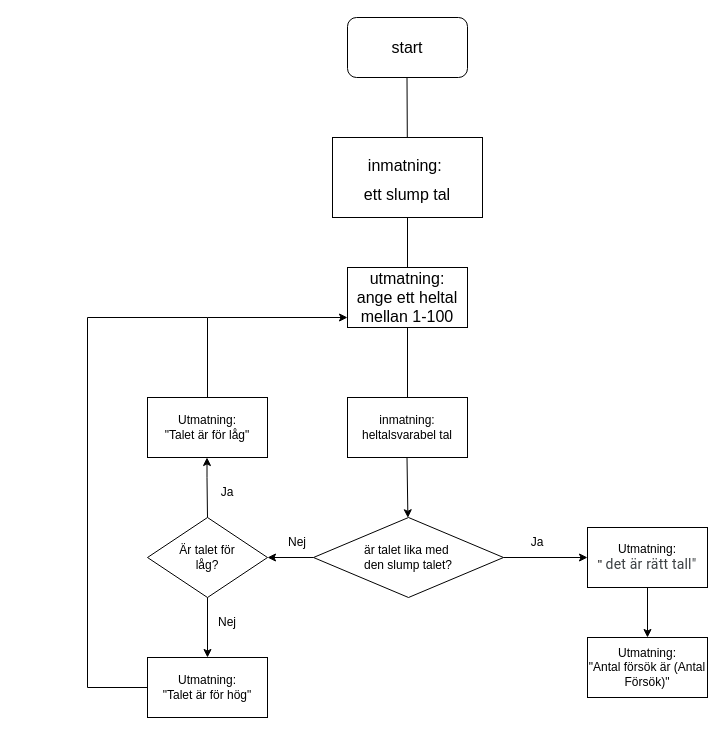
This is Untitled Diagram.drawio from BaoLanNguyen/gissa-spel, a draw.io file, before an edit. Source tidied: cells renumbered, new cells numbered last; positions are measured from the earlier drawing's top-left corner, leaving out a move shared by most shapes. Both pictures are drawn from the tidied source at 100%, with x=0, y=0 at pixel (87, 17).
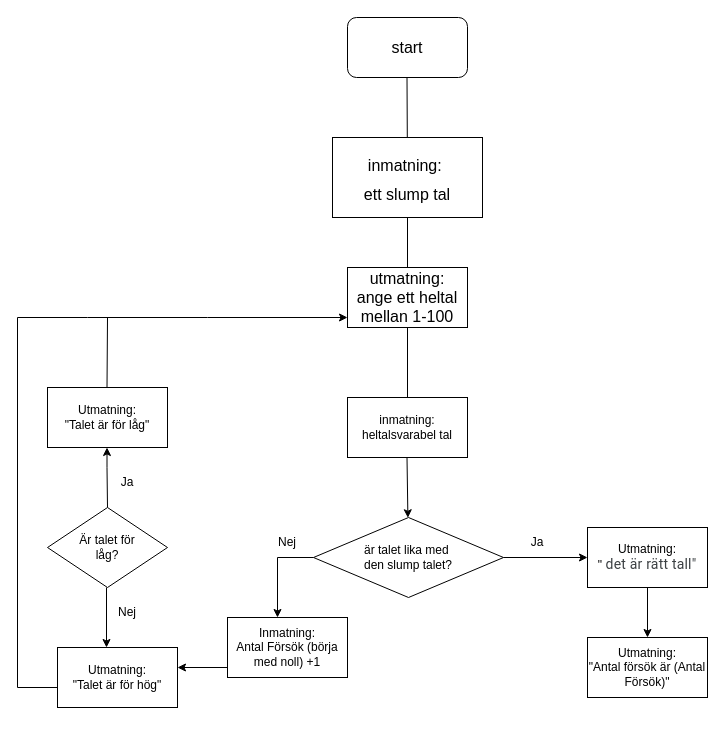
After the change.

Diff of the diagram source:
```diff
@@
-    <mxCell id="12" style="endArrow=classic;html=1;rounded=0;" parent="1" edge="1">
-      <mxGeometry relative="1" as="geometry">
-        <mxPoint x="226" y="540" as="sourcePoint" />
-        <mxPoint x="180" y="540" as="targetPoint" />
-      </mxGeometry>
-    </mxCell>
     <mxCell id="13" value="Nej" style="text;html=1;strokeColor=none;fillColor=none;align=center;verticalAlign=middle;whiteSpace=wrap;rounded=0;" parent="1" vertex="1">
-      <mxGeometry x="180" y="510" width="60" height="30" as="geometry" />
+      <mxGeometry x="170" y="510" width="60" height="30" as="geometry" />
     </mxCell>
     <mxCell id="14" value="Är talet för&lt;br&gt;låg?" style="rhombus;whiteSpace=wrap;html=1;" parent="1" vertex="1">
-      <mxGeometry x="60" y="500" width="120" height="80" as="geometry" />
+      <mxGeometry x="-40" y="490" width="120" height="80" as="geometry" />
     </mxCell>
     <mxCell id="15" style="endArrow=classic;html=1;rounded=0;" parent="1" edge="1">
       <mxGeometry relative="1" as="geometry">
-        <mxPoint x="120" y="500" as="sourcePoint" />
-        <mxPoint x="119.5" y="440" as="targetPoint" />
+        <mxPoint x="20" y="490" as="sourcePoint" />
+        <mxPoint x="19.5" y="430" as="targetPoint" />
         <Array as="points">
-          <mxPoint x="119.5" y="460" />
+          <mxPoint x="19.5" y="450" />
         </Array>
       </mxGeometry>
     </mxCell>
     <mxCell id="16" value="Ja" style="text;html=1;strokeColor=none;fillColor=none;align=center;verticalAlign=middle;whiteSpace=wrap;rounded=0;" parent="1" vertex="1">
-      <mxGeometry x="110" y="460" width="60" height="30" as="geometry" />
+      <mxGeometry x="10" y="450" width="60" height="30" as="geometry" />
     </mxCell>
     <mxCell id="17" value="Utmatning:&lt;br&gt;&quot;Talet är för låg&quot;" style="rounded=0;whiteSpace=wrap;html=1;" parent="1" vertex="1">
-      <mxGeometry x="60" y="380" width="120" height="60" as="geometry" />
+      <mxGeometry x="-40" y="370" width="120" height="60" as="geometry" />
     </mxCell>
     <mxCell id="18" style="endArrow=none;html=1;rounded=0;" parent="1" edge="1">
       <mxGeometry relative="1" as="geometry">
-        <mxPoint x="120" y="380" as="sourcePoint" />
-        <mxPoint x="120" y="300" as="targetPoint" />
+        <mxPoint x="19.5" y="370" as="sourcePoint" />
+        <mxPoint x="20" y="300" as="targetPoint" />
       </mxGeometry>
     </mxCell>
@@
     <mxCell id="20" style="endArrow=classic;html=1;rounded=0;" parent="1" edge="1">
       <mxGeometry relative="1" as="geometry">
-        <mxPoint x="120" y="580" as="sourcePoint" />
-        <mxPoint x="120" y="640" as="targetPoint" />
+        <mxPoint x="19" y="570" as="sourcePoint" />
+        <mxPoint x="19" y="630" as="targetPoint" />
       </mxGeometry>
     </mxCell>
     <mxCell id="21" value="Nej" style="text;html=1;strokeColor=none;fillColor=none;align=center;verticalAlign=middle;whiteSpace=wrap;rounded=0;" parent="1" vertex="1">
-      <mxGeometry x="110" y="590" width="60" height="30" as="geometry" />
+      <mxGeometry x="10" y="580" width="60" height="30" as="geometry" />
     </mxCell>
     <mxCell id="22" value="Utmatning:&lt;br&gt;&quot;Talet är för hög&quot;" style="rounded=0;whiteSpace=wrap;html=1;" parent="1" vertex="1">
-      <mxGeometry x="60" y="640" width="120" height="60" as="geometry" />
+      <mxGeometry x="-30" y="630" width="120" height="60" as="geometry" />
     </mxCell>
     <mxCell id="23" style="endArrow=none;html=1;rounded=0;" parent="1" edge="1">
       <mxGeometry relative="1" as="geometry">
-        <mxPoint x="60" y="670" as="sourcePoint" />
-        <mxPoint y="670" as="targetPoint" />
+        <mxPoint x="-30" y="670" as="sourcePoint" />
+        <mxPoint x="-70" y="670" as="targetPoint" />
       </mxGeometry>
     </mxCell>
     <mxCell id="24" style="endArrow=none;html=1;rounded=0;" parent="1" edge="1">
       <mxGeometry relative="1" as="geometry">
-        <mxPoint y="670" as="sourcePoint" />
-        <mxPoint y="300" as="targetPoint" />
+        <mxPoint x="-70" y="670" as="sourcePoint" />
+        <mxPoint x="-70" y="300" as="targetPoint" />
       </mxGeometry>
     </mxCell>
@@
+    <mxCell id="31" value="Inmatning:&lt;br&gt;Antal Försök (börja med noll) +1" style="rounded=0;whiteSpace=wrap;html=1;" parent="1" vertex="1">
+      <mxGeometry x="140" y="600" width="120" height="60" as="geometry" />
+    </mxCell>
+    <mxCell id="32" style="endArrow=none;html=1;rounded=0;" parent="1" edge="1">
+      <mxGeometry relative="1" as="geometry">
+        <mxPoint x="226" y="540" as="sourcePoint" />
+        <mxPoint x="190" y="540" as="targetPoint" />
+      </mxGeometry>
+    </mxCell>
+    <mxCell id="33" style="endArrow=classic;html=1;rounded=0;" parent="1" edge="1">
+      <mxGeometry relative="1" as="geometry">
+        <mxPoint x="190" y="540" as="sourcePoint" />
+        <mxPoint x="190" y="600" as="targetPoint" />
+      </mxGeometry>
+    </mxCell>
+    <mxCell id="34" style="endArrow=classic;html=1;rounded=0;" parent="1" edge="1">
+      <mxGeometry relative="1" as="geometry">
+        <mxPoint x="140" y="650" as="sourcePoint" />
+        <mxPoint x="90" y="650" as="targetPoint" />
+      </mxGeometry>
+    </mxCell>
+    <mxCell id="35" style="endArrow=none;html=1;rounded=0;" parent="1" edge="1">
+      <mxGeometry relative="1" as="geometry">
+        <mxPoint x="-70" y="300" as="sourcePoint" />
+        <mxPoint y="300" as="targetPoint" />
+      </mxGeometry>
+    </mxCell>
```
